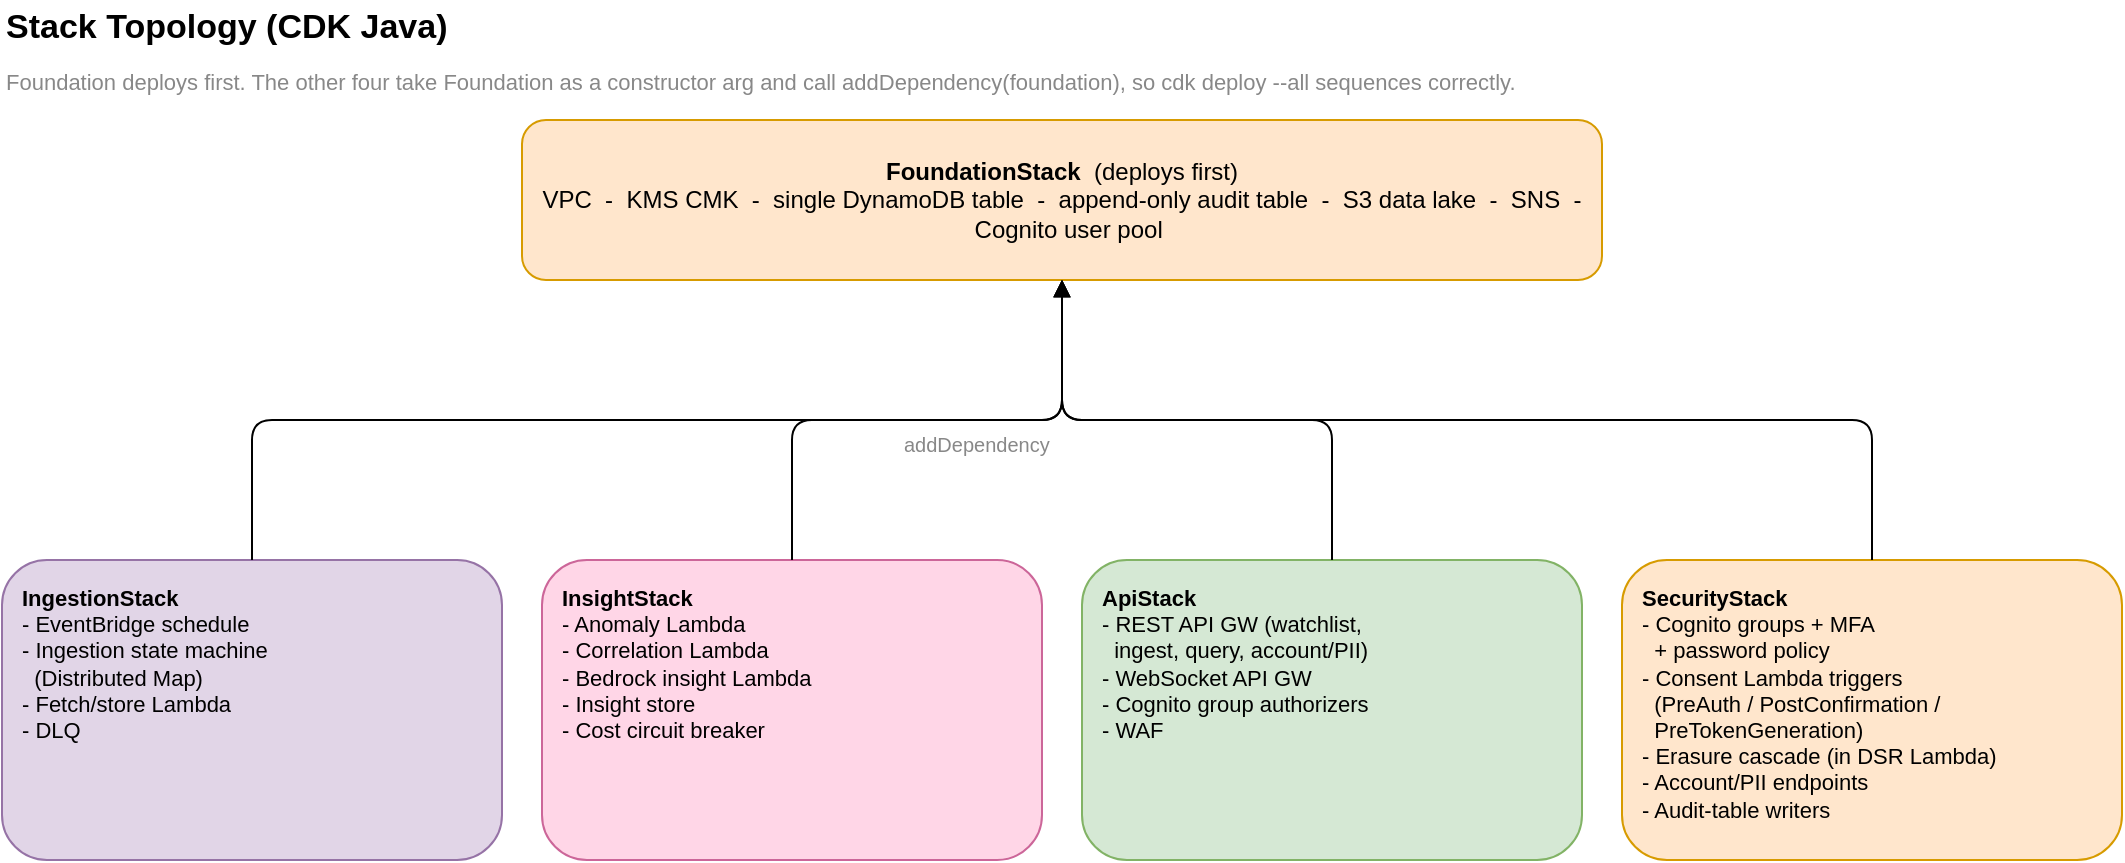
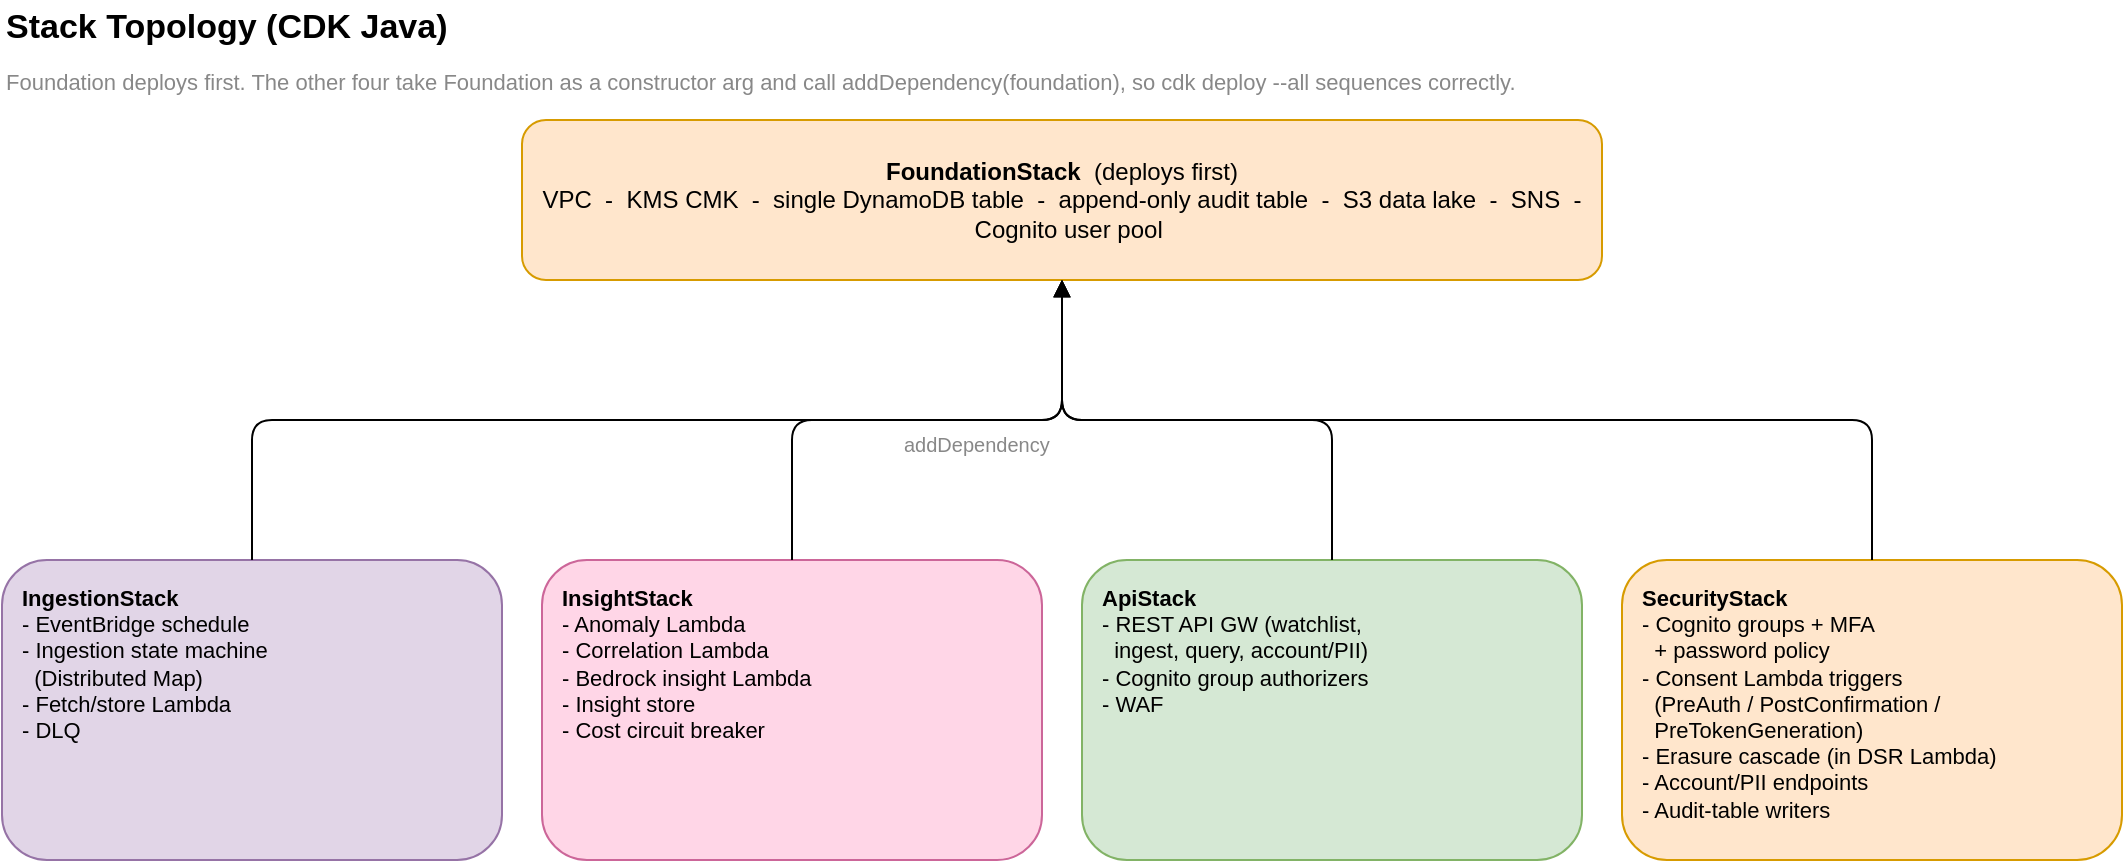
<mxGraphModel dx="1100" dy="800" grid="1" gridSize="10" guides="1" tooltips="1" connect="1" arrows="1" fold="1" page="1" pageScale="1" pageWidth="1120" pageHeight="500" math="0" shadow="0" adaptiveColors="auto">
  <root>
    <mxCell id="0"/>
    <mxCell id="1" parent="0"/>
    <mxCell id="title" value="Stack Topology (CDK Java)" style="text;html=1;fontSize=17;fontStyle=1;align=left;verticalAlign=middle;" vertex="1" parent="1">
      <mxGeometry x="30" y="10" width="500" height="28" as="geometry"/>
    </mxCell>
    <mxCell id="note" value="Foundation deploys first. The other four take Foundation as a constructor arg and call addDependency(foundation), so cdk deploy --all sequences correctly." style="text;html=1;fontSize=11;fontColor=#888888;align=left;" vertex="1" parent="1">
      <mxGeometry x="30" y="38" width="900" height="18" as="geometry"/>
    </mxCell>
    <mxCell id="foundation" value="&lt;b&gt;FoundationStack&lt;/b&gt;&#160;&#160;(deploys first)&lt;br&gt;VPC&#160;&#160;-&#160;&#160;KMS CMK&#160;&#160;-&#160;&#160;single DynamoDB table&#160;&#160;-&#160;&#160;append-only audit table&#160;&#160;-&#160;&#160;S3 data lake&#160;&#160;-&#160;&#160;SNS&#160;&#160;-&#160;&#160;Cognito user pool" style="rounded=1;whiteSpace=wrap;html=1;align=center;verticalAlign=middle;fillColor=#FFE6CC;strokeColor=#D79B00;fontSize=12;" vertex="1" parent="1">
      <mxGeometry x="290" y="70" width="540" height="80" as="geometry"/>
    </mxCell>
    <mxCell id="ingestion" value="&lt;b&gt;IngestionStack&lt;/b&gt;&lt;br&gt;- EventBridge schedule&lt;br&gt;- Ingestion state machine&lt;br&gt;&#160;&#160;(Distributed Map)&lt;br&gt;- Fetch/store Lambda&lt;br&gt;- DLQ" style="rounded=1;whiteSpace=wrap;html=1;align=left;verticalAlign=top;spacingLeft=8;spacingTop=6;fillColor=#E1D5E7;strokeColor=#9673A6;fontSize=11;" vertex="1" parent="1">
      <mxGeometry x="30" y="290" width="250" height="150" as="geometry"/>
    </mxCell>
    <mxCell id="insight" value="&lt;b&gt;InsightStack&lt;/b&gt;&lt;br&gt;- Anomaly Lambda&lt;br&gt;- Correlation Lambda&lt;br&gt;- Bedrock insight Lambda&lt;br&gt;- Insight store&lt;br&gt;- Cost circuit breaker" style="rounded=1;whiteSpace=wrap;html=1;align=left;verticalAlign=top;spacingLeft=8;spacingTop=6;fillColor=#FFD6E7;strokeColor=#CC6699;fontSize=11;" vertex="1" parent="1">
      <mxGeometry x="300" y="290" width="250" height="150" as="geometry"/>
    </mxCell>
-     <mxCell id="api" value="&lt;b&gt;ApiStack&lt;/b&gt;&lt;br&gt;- REST API GW (watchlist,&lt;br&gt;&#160;&#160;ingest, query, account/PII)&lt;br&gt;- WebSocket API GW&lt;br&gt;- Cognito group authorizers&lt;br&gt;- WAF" style="rounded=1;whiteSpace=wrap;html=1;align=left;verticalAlign=top;spacingLeft=8;spacingTop=6;fillColor=#D5E8D4;strokeColor=#82B366;fontSize=11;" vertex="1" parent="1">
+     <mxCell id="api" value="&lt;b&gt;ApiStack&lt;/b&gt;&lt;br&gt;- REST API GW (watchlist,&lt;br&gt;&#160;&#160;ingest, query, account/PII)&lt;br&gt;- Cognito group authorizers&lt;br&gt;- WAF" style="rounded=1;whiteSpace=wrap;html=1;align=left;verticalAlign=top;spacingLeft=8;spacingTop=6;fillColor=#D5E8D4;strokeColor=#82B366;fontSize=11;" vertex="1" parent="1">
      <mxGeometry x="570" y="290" width="250" height="150" as="geometry"/>
    </mxCell>
    <mxCell id="security" value="&lt;b&gt;SecurityStack&lt;/b&gt;&lt;br&gt;- Cognito groups + MFA&lt;br&gt;&#160;&#160;+ password policy&lt;br&gt;- Consent Lambda triggers&lt;br&gt;&#160;&#160;(PreAuth / PostConfirmation /&lt;br&gt;&#160;&#160;PreTokenGeneration)&lt;br&gt;- Erasure cascade (in DSR Lambda)&lt;br&gt;- Account/PII endpoints&lt;br&gt;- Audit-table writers" style="rounded=1;whiteSpace=wrap;html=1;align=left;verticalAlign=top;spacingLeft=8;spacingTop=6;fillColor=#FFE6CC;strokeColor=#D79B00;fontSize=11;" vertex="1" parent="1">
      <mxGeometry x="840" y="290" width="250" height="150" as="geometry"/>
    </mxCell>
    <mxCell id="d1" style="edgeStyle=orthogonalEdgeStyle;html=1;endArrow=block;fontSize=10;exitX=0.5;exitY=0;exitDx=0;exitDy=0;entryX=0.5;entryY=1;entryDx=0;entryDy=0;" edge="1" parent="1" source="ingestion" target="foundation">
      <mxGeometry relative="1" as="geometry"/>
    </mxCell>
    <mxCell id="d2" style="edgeStyle=orthogonalEdgeStyle;html=1;endArrow=block;fontSize=10;exitX=0.5;exitY=0;exitDx=0;exitDy=0;entryX=0.5;entryY=1;entryDx=0;entryDy=0;" edge="1" parent="1" source="insight" target="foundation">
      <mxGeometry relative="1" as="geometry"/>
    </mxCell>
    <mxCell id="d2l" value="addDependency" style="edgeLabel;html=1;fontSize=10;fontColor=#888888;labelBackgroundColor=#FFFFFF;" connectable="0" vertex="1" parent="d2">
      <mxGeometry x="-0.1" relative="1" as="geometry"/>
    </mxCell>
    <mxCell id="d3" style="edgeStyle=orthogonalEdgeStyle;html=1;endArrow=block;fontSize=10;exitX=0.5;exitY=0;exitDx=0;exitDy=0;entryX=0.5;entryY=1;entryDx=0;entryDy=0;" edge="1" parent="1" source="api" target="foundation">
      <mxGeometry relative="1" as="geometry"/>
    </mxCell>
    <mxCell id="d4" style="edgeStyle=orthogonalEdgeStyle;html=1;endArrow=block;fontSize=10;exitX=0.5;exitY=0;exitDx=0;exitDy=0;entryX=0.5;entryY=1;entryDx=0;entryDy=0;" edge="1" parent="1" source="security" target="foundation">
      <mxGeometry relative="1" as="geometry"/>
    </mxCell>
  </root>
</mxGraphModel>
